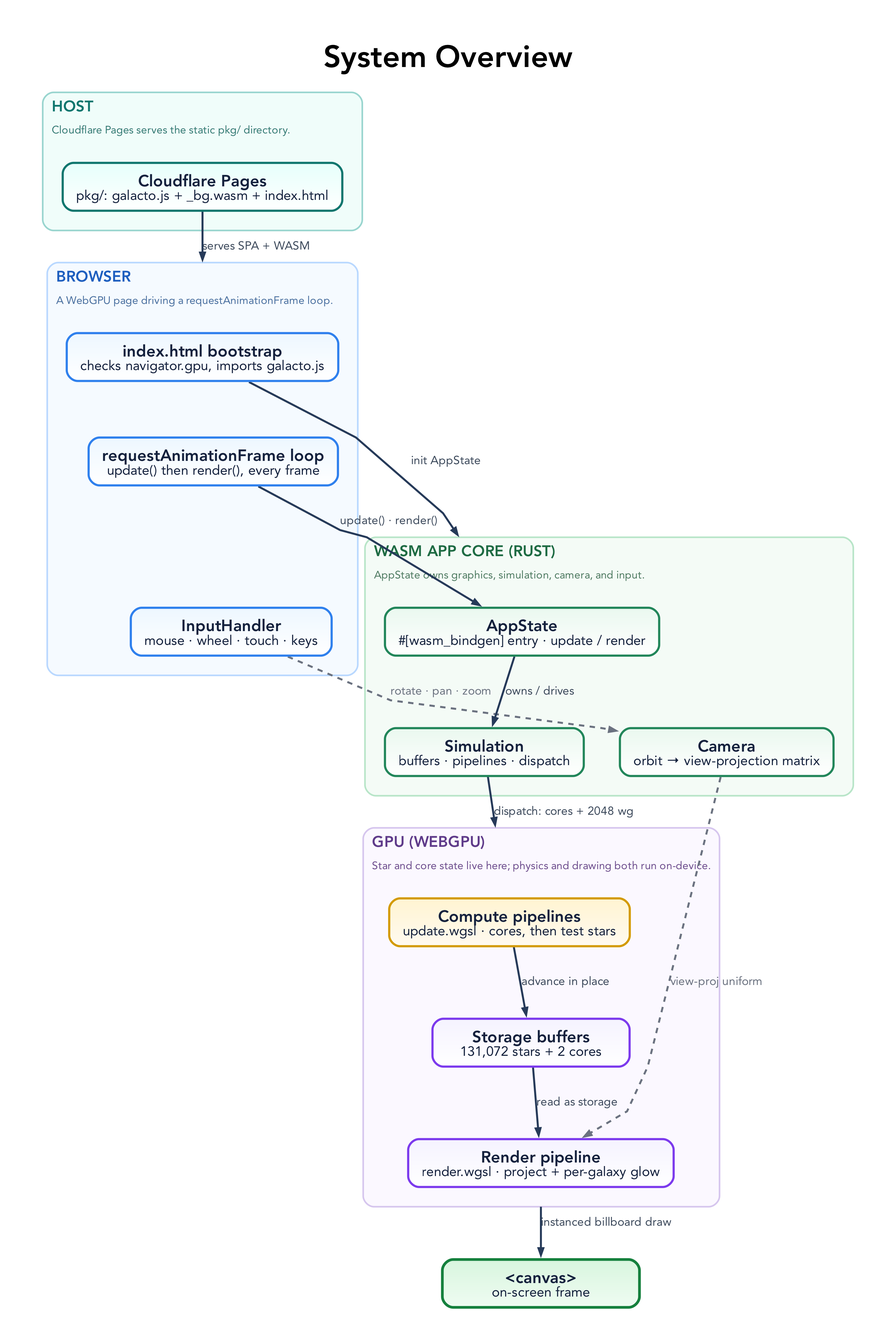
Earlier version of the Graphviz export docs/diagrams/system-overview.png (tre-systems/galacto). Its source is kept beside it as docs/diagrams/system-overview.dot.
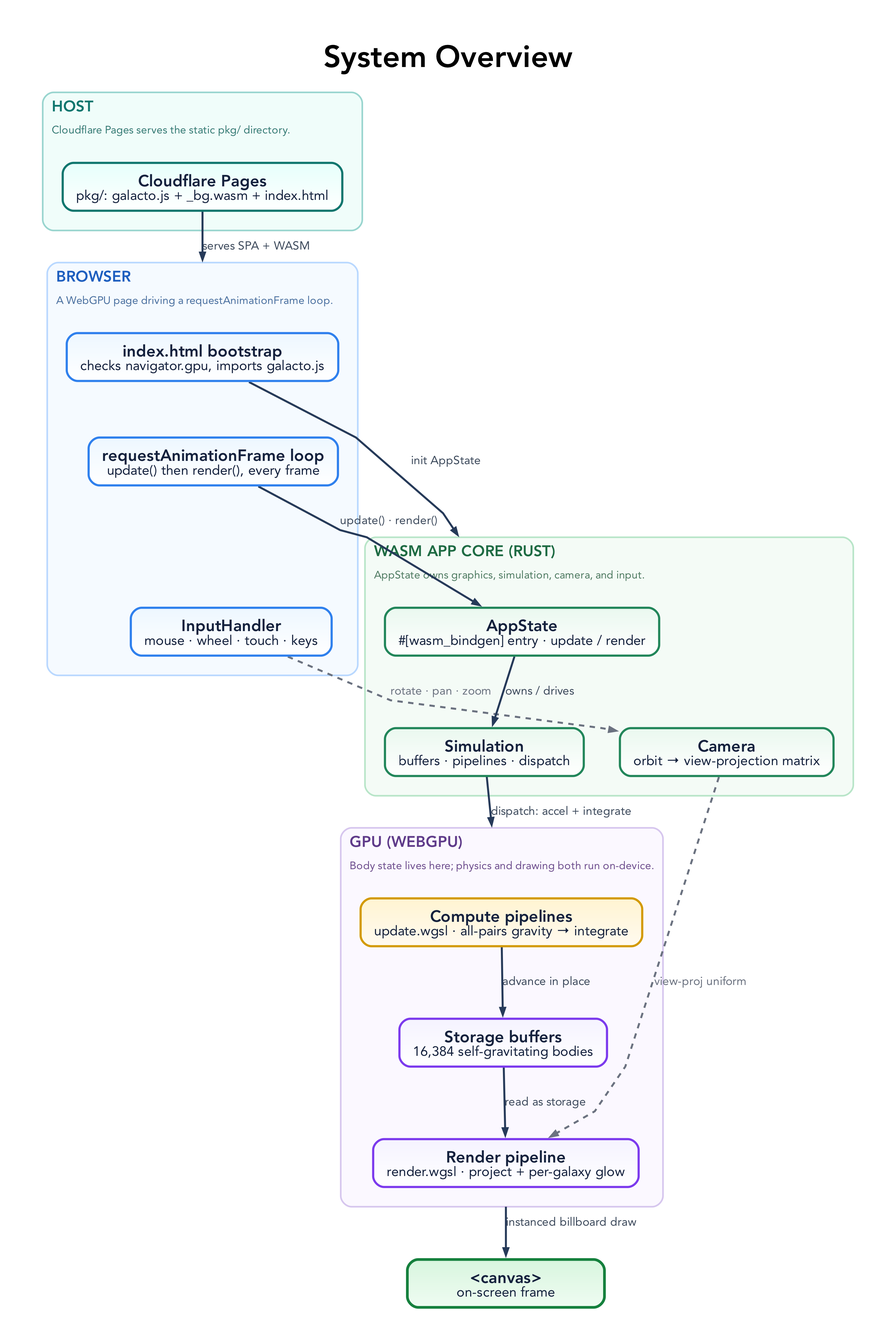
After the commit.

The edit, as a diff of the source:
```diff
@@ -99,14 +99,14 @@
       label=<
         <TABLE BORDER="0" CELLBORDER="0" CELLSPACING="0" CELLPADDING="2">
           <TR><TD ALIGN="LEFT"><FONT POINT-SIZE="17" COLOR="#5f3b8a"><B>GPU (WEBGPU)</B></FONT></TD></TR>
-          <TR><TD ALIGN="LEFT"><FONT POINT-SIZE="12" COLOR="#6d4d8d">Star and core state live here; physics and drawing both run on-device.</FONT></TD></TR>
+          <TR><TD ALIGN="LEFT"><FONT POINT-SIZE="12" COLOR="#6d4d8d">Body state lives here; physics and drawing both run on-device.</FONT></TD></TR>
         </TABLE>
       >,
       labelloc=t, labeljust=l,
       color="#d6c6ee", fillcolor="#fbf8ff", style="rounded,filled", penwidth=1.8, margin=22
     ];
-    G1 [label=<<B>Compute pipelines</B><BR/><FONT POINT-SIZE="15">update.wgsl · cores, then test stars</FONT>>, fillcolor="#fff4d1:#fffaf0", color="#d39a00"];
-    G2 [label=<<B>Storage buffers</B><BR/><FONT POINT-SIZE="15">131,072 stars + 2 cores</FONT>>, fillcolor="#f5f3ff:#ffffff", color="#7c3aed"];
+    G1 [label=<<B>Compute pipelines</B><BR/><FONT POINT-SIZE="15">update.wgsl · all-pairs gravity → integrate</FONT>>, fillcolor="#fff4d1:#fffaf0", color="#d39a00"];
+    G2 [label=<<B>Storage buffers</B><BR/><FONT POINT-SIZE="15">16,384 self-gravitating bodies</FONT>>, fillcolor="#f5f3ff:#ffffff", color="#7c3aed"];
     G3 [label=<<B>Render pipeline</B><BR/><FONT POINT-SIZE="15">render.wgsl · project + per-galaxy glow</FONT>>, fillcolor="#f5f3ff:#ffffff", color="#7c3aed"];
   }
 
@@ -119,7 +119,7 @@
   B3 -> C2 [label="rotate · pan · zoom", color="#6b7280", fontcolor="#6b7280", style=dashed];
 
   C1 -> C3 [label="owns / drives"];
-  C3 -> G1 [lhead=cluster_gpu, label="dispatch: cores + 2048 wg"];
+  C3 -> G1 [lhead=cluster_gpu, label="dispatch: accel + integrate"];
 
   G1 -> G2 [label="advance in place"];
   G2 -> G3 [label="read as storage"];
```
